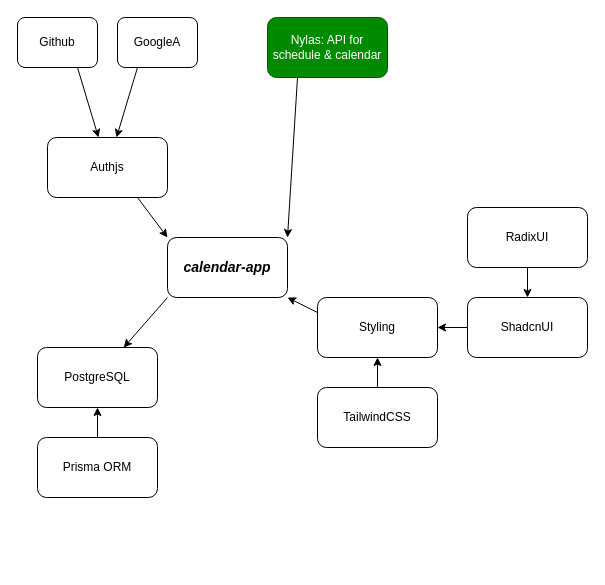
Above: App.drawio in martetosca9/calendar-app (draw.io), before the change. Source tidied: cells renumbered, new cells numbered last; positions are measured from the earlier drawing's top-left corner, leaving out a move shared by most shapes. Both pictures are drawn from the tidied source at 100%, with x=0, y=0 at pixel (17, 17).
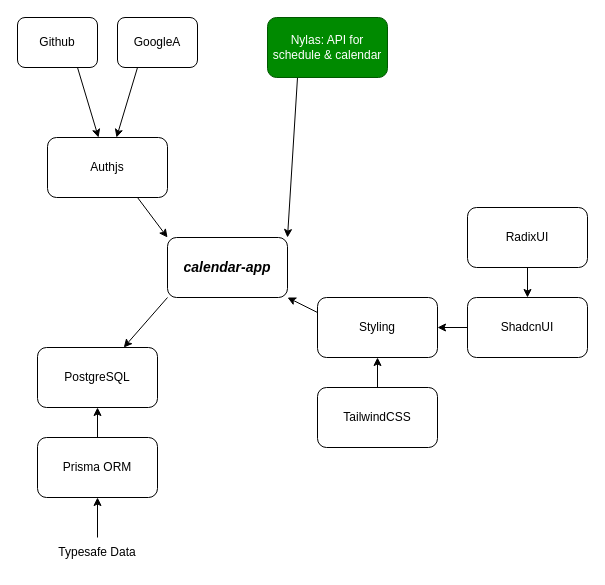
Above is the later version.

Commit message:
app overview

Unchanged cells that the change refers to:
```xml
<mxCell id="14" value="Prisma ORM" style="rounded=1;whiteSpace=wrap;html=1;" parent="1" vertex="1">
  <mxGeometry x="20" y="420" width="120" height="60" as="geometry" />
</mxCell>
```

The edit, as a diff of the source:
```diff
@@
+    <mxCell id="23" style="edgeStyle=none;html=1;" parent="1" edge="1" source="24" target="14">
+      <mxGeometry relative="1" as="geometry" />
+    </mxCell>
+    <mxCell id="24" value="Typesafe Data" style="text;html=1;strokeColor=none;fillColor=none;align=center;verticalAlign=middle;whiteSpace=wrap;rounded=0;" parent="1" vertex="1">
+      <mxGeometry x="20" y="520" width="120" height="30" as="geometry" />
+    </mxCell>
```
